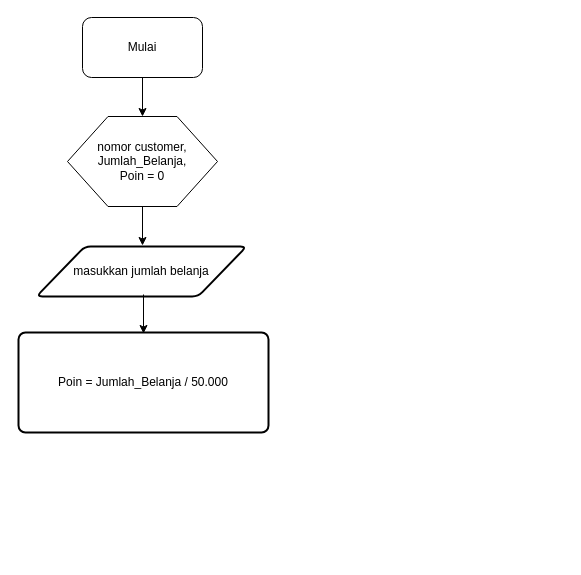
Before: pretest day 1 sqa.drawio in pijaru/praktikumsqa, a draw.io diagram. Source tidied: cells renumbered, new cells numbered last; positions are measured from the earlier drawing's top-left corner, leaving out a move shared by most shapes. Both pictures are drawn from the tidied source at 100%, with x=0, y=0 at pixel (18, 17).
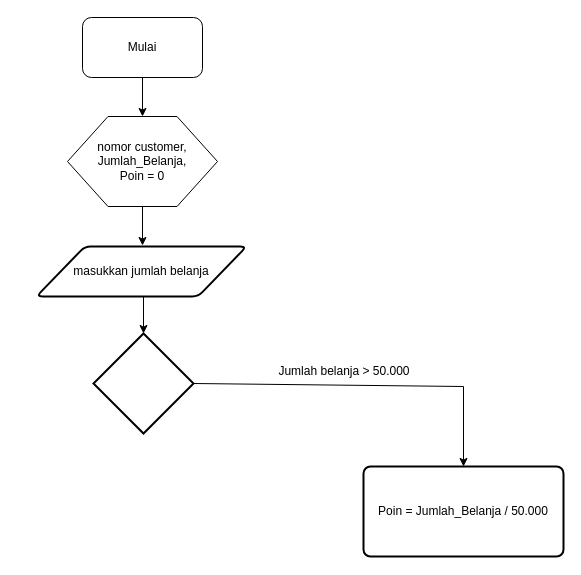
After the change.

What changed in the source:
```diff
@@
     <mxCell id="9" value="Poin = Jumlah_Belanja / 50.000" style="rounded=1;whiteSpace=wrap;html=1;absoluteArcSize=1;arcSize=14;strokeWidth=2;" parent="1" vertex="1">
-      <mxGeometry y="315" width="250" height="100" as="geometry" />
+      <mxGeometry x="345" y="449" width="200" height="90" as="geometry" />
     </mxCell>
     <mxCell id="10" style="endArrow=classic;html=1;rounded=0;" parent="1" edge="1">
       <mxGeometry relative="1" as="geometry">
-        <mxPoint x="125" y="277" as="sourcePoint" />
+        <mxPoint x="125" y="279" as="sourcePoint" />
         <mxPoint x="125" y="316" as="targetPoint" />
         <Array as="points">
           <mxPoint x="125" y="316" />
         </Array>
       </mxGeometry>
     </mxCell>
+    <mxCell id="11" style="strokeWidth=2;html=1;shape=mxgraph.flowchart.decision;whiteSpace=wrap;" parent="1" vertex="1">
+      <mxGeometry x="75" y="316" width="100" height="100" as="geometry" />
+    </mxCell>
+    <mxCell id="12" style="endArrow=classic;html=1;rounded=0;entryX=0.5;entryY=0;entryDx=0;entryDy=0;exitX=1;exitY=0.5;exitDx=0;exitDy=0;exitPerimeter=0;" parent="1" edge="1" source="11" target="9">
+      <mxGeometry relative="1" as="geometry">
+        <Array as="points">
+          <mxPoint x="445" y="369" />
+        </Array>
+      </mxGeometry>
+    </mxCell>
+    <mxCell id="13" value="Jumlah belanja &amp;gt; 50.000" style="text;strokeColor=none;align=center;fillColor=none;html=1;verticalAlign=middle;whiteSpace=wrap;rounded=0;" parent="1" vertex="1">
+      <mxGeometry x="241" y="339" width="170" height="30" as="geometry" />
+    </mxCell>
```
